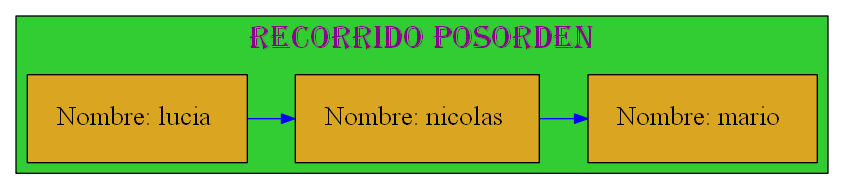
Above: Graficas/Recorrido_Posorden.dot.png in mariotun/EDD_1S2020_PY1_201602942 (Graphviz), before the change. Its source is kept beside it as Graficas/Recorrido_Posorden.dot.
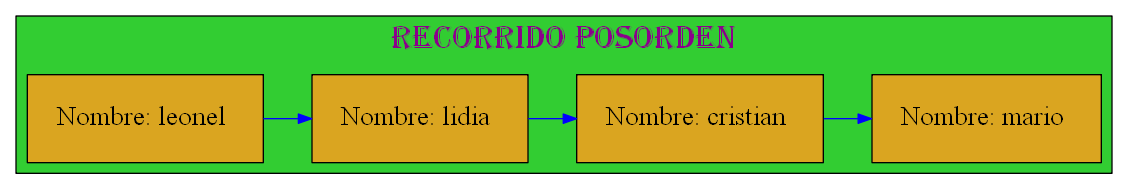
After the change.

Change to the diagram source:
```diff
@@ -13,11 +13,12 @@
 node[margin=0.3 shape=box style=filled fontcolor=black fillcolor=goldenrod fontsize=20];
 {rank=same;
 
-25770489296[label="Nombre: lucia " ];
-25770490768[label="Nombre: nicolas " ];
-25770476720[label="Nombre: mario " ];
+25770489424[label="Nombre: leonel " ];
+25770483200[label="Nombre: lidia " ];
+25770484544[label="Nombre: cristian " ];
+25770483984[label="Nombre: mario " ];
 };
-25770489296 -> 25770490768 -> 25770476720
+25770489424 -> 25770483200 -> 25770484544 -> 25770483984
 
 [color=blue ];
 }
```
